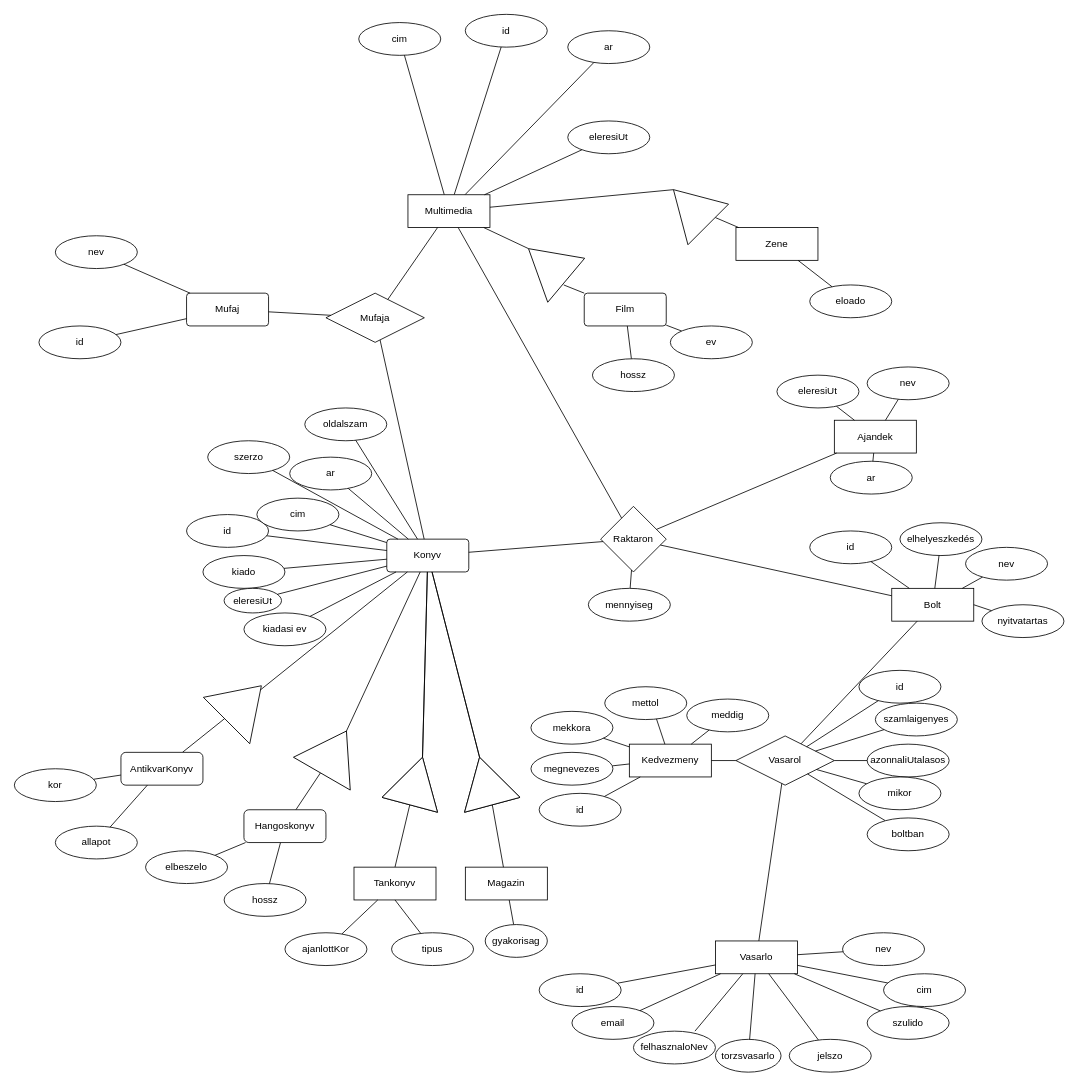
Above: diagram/ek-diagram.drawio in SimSom491/Bookshop (draw.io), before the change. Source tidied: cells renumbered, new cells numbered last; positions are measured from the earlier drawing's top-left corner, leaving out a move shared by most shapes. Both pictures are drawn from the tidied source at 82%, with x=0, y=0 at pixel (14, 14).
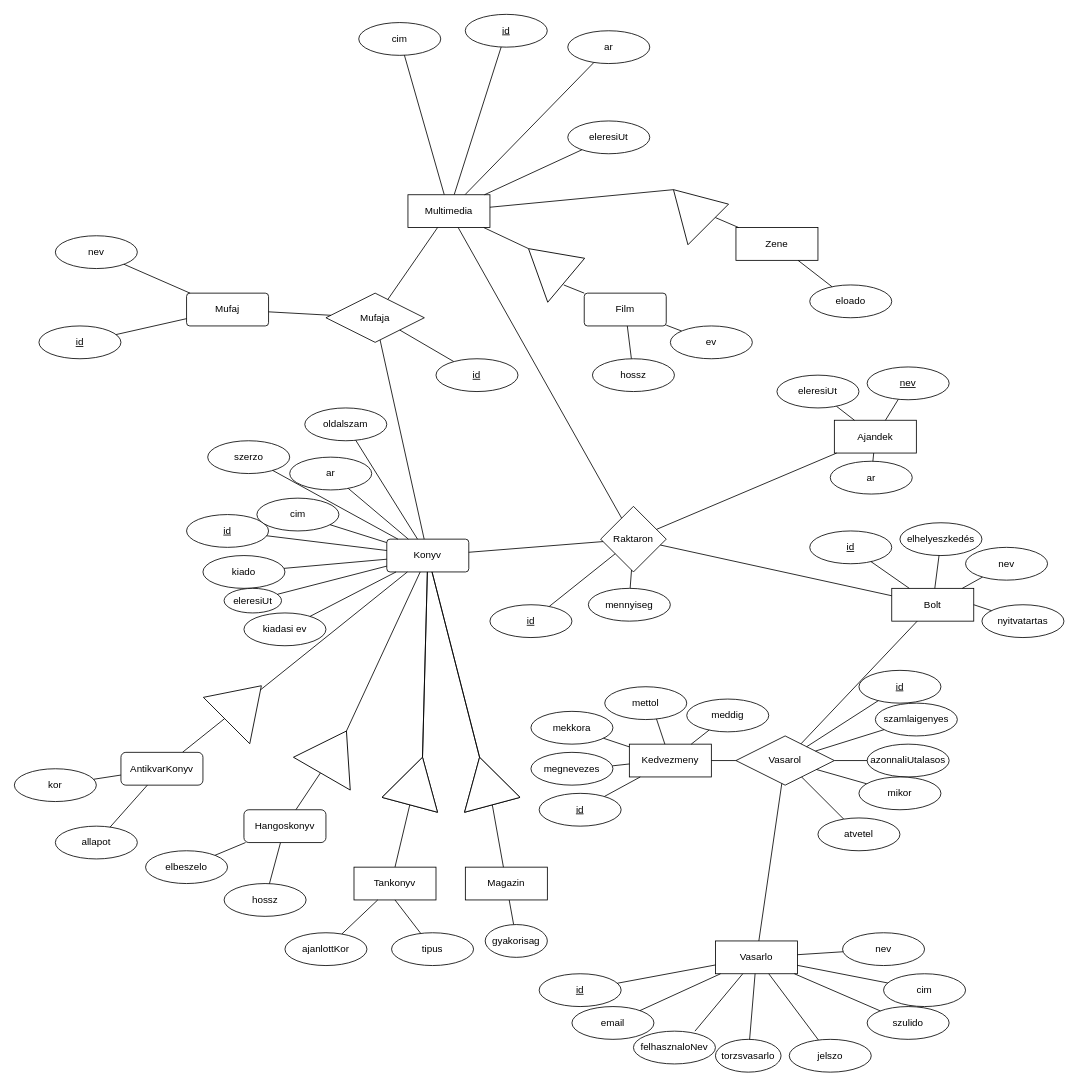
The same page after the edit.

Unchanged cells that the change refers to:
```xml
<mxCell id="2" value="Raktaron" style="rhombus;whiteSpace=wrap;html=1;" parent="1" vertex="1">
  <mxGeometry x="715" y="600" width="80" height="80" as="geometry" />
</mxCell>
<mxCell id="22" value="Mufaja" style="shape=rhombus;perimeter=rhombusPerimeter;whiteSpace=wrap;html=1;align=center;" parent="1" vertex="1">
  <mxGeometry x="380" y="340" width="120" height="60" as="geometry" />
</mxCell>
```

The edit, as a diff of the source:
```diff
@@
-    <mxCell id="5" value="id" style="ellipse;whiteSpace=wrap;html=1;align=center;" parent="1" vertex="1">
+    <mxCell id="5" value="id" style="ellipse;whiteSpace=wrap;html=1;align=center;fontStyle=4;" parent="1" vertex="1">
       <mxGeometry x="210" y="610" width="100" height="40" as="geometry" />
     </mxCell>
@@
-    <mxCell id="7" value="id" style="ellipse;whiteSpace=wrap;html=1;align=center;" parent="1" vertex="1">
+    <mxCell id="7" value="id" style="ellipse;whiteSpace=wrap;html=1;align=center;fontStyle=4;" parent="1" vertex="1">
       <mxGeometry x="970" y="630" width="100" height="40" as="geometry" />
     </mxCell>
@@
-    <mxCell id="33" value="id" style="ellipse;whiteSpace=wrap;html=1;align=center;" parent="1" vertex="1">
+    <mxCell id="33" value="id" style="ellipse;whiteSpace=wrap;html=1;align=center;fontStyle=4;" parent="1" vertex="1">
       <mxGeometry x="640" y="1170" width="100" height="40" as="geometry" />
     </mxCell>
@@
-    <mxCell id="38" value="id" style="ellipse;whiteSpace=wrap;html=1;align=center;" parent="1" vertex="1">
+    <mxCell id="38" value="id" style="ellipse;whiteSpace=wrap;html=1;align=center;fontStyle=4;" parent="1" vertex="1">
       <mxGeometry x="1030" y="800" width="100" height="40" as="geometry" />
     </mxCell>
@@
-    <mxCell id="51" value="id" style="ellipse;whiteSpace=wrap;html=1;align=center;" parent="1" vertex="1">
+    <mxCell id="51" value="id" style="ellipse;whiteSpace=wrap;html=1;align=center;fontStyle=4;" parent="1" vertex="1">
       <mxGeometry x="549.9" width="100" height="40" as="geometry" />
     </mxCell>
@@
-    <mxCell id="101" value="id" style="ellipse;whiteSpace=wrap;html=1;align=center;" parent="1" vertex="1">
+    <mxCell id="101" value="id" style="ellipse;whiteSpace=wrap;html=1;align=center;fontStyle=4;" parent="1" vertex="1">
       <mxGeometry x="640" y="950" width="100" height="40" as="geometry" />
     </mxCell>
@@
-    <mxCell id="117" value="boltban" style="ellipse;whiteSpace=wrap;html=1;align=center;" parent="1" vertex="1">
-      <mxGeometry x="1040" y="980" width="100" height="40" as="geometry" />
+    <mxCell id="117" value="atvetel" style="ellipse;whiteSpace=wrap;html=1;align=center;" parent="1" vertex="1">
+      <mxGeometry x="980" y="980" width="100" height="40" as="geometry" />
     </mxCell>
@@
-    <mxCell id="124" value="id" style="ellipse;whiteSpace=wrap;html=1;align=center;" parent="1" vertex="1">
+    <mxCell id="124" value="id" style="ellipse;whiteSpace=wrap;html=1;align=center;fontStyle=4;" parent="1" vertex="1">
       <mxGeometry x="30" y="380" width="100" height="40" as="geometry" />
     </mxCell>
@@
-    <mxCell id="130" value="nev" style="ellipse;whiteSpace=wrap;html=1;align=center;" parent="1" vertex="1">
+    <mxCell id="130" value="nev" style="ellipse;whiteSpace=wrap;html=1;align=center;fontStyle=4;" parent="1" vertex="1">
       <mxGeometry x="1040" y="430" width="100" height="40" as="geometry" />
     </mxCell>
@@
+    <mxCell id="152" style="endArrow=none;html=1;" parent="1" edge="1" source="153" target="2">
+      <mxGeometry relative="1" as="geometry" />
+    </mxCell>
+    <mxCell id="153" value="&lt;u&gt;id&lt;/u&gt;" style="ellipse;whiteSpace=wrap;html=1;align=center;" parent="1" vertex="1">
+      <mxGeometry x="580" y="720" width="100" height="40" as="geometry" />
+    </mxCell>
+    <mxCell id="154" style="endArrow=none;html=1;entryX=1;entryY=1;entryDx=0;entryDy=0;" parent="1" edge="1" source="155" target="22">
+      <mxGeometry relative="1" as="geometry" />
+    </mxCell>
+    <mxCell id="155" value="&lt;u&gt;id&lt;/u&gt;" style="ellipse;whiteSpace=wrap;html=1;align=center;" parent="1" vertex="1">
+      <mxGeometry x="514.2" y="420" width="100" height="40" as="geometry" />
+    </mxCell>
```
